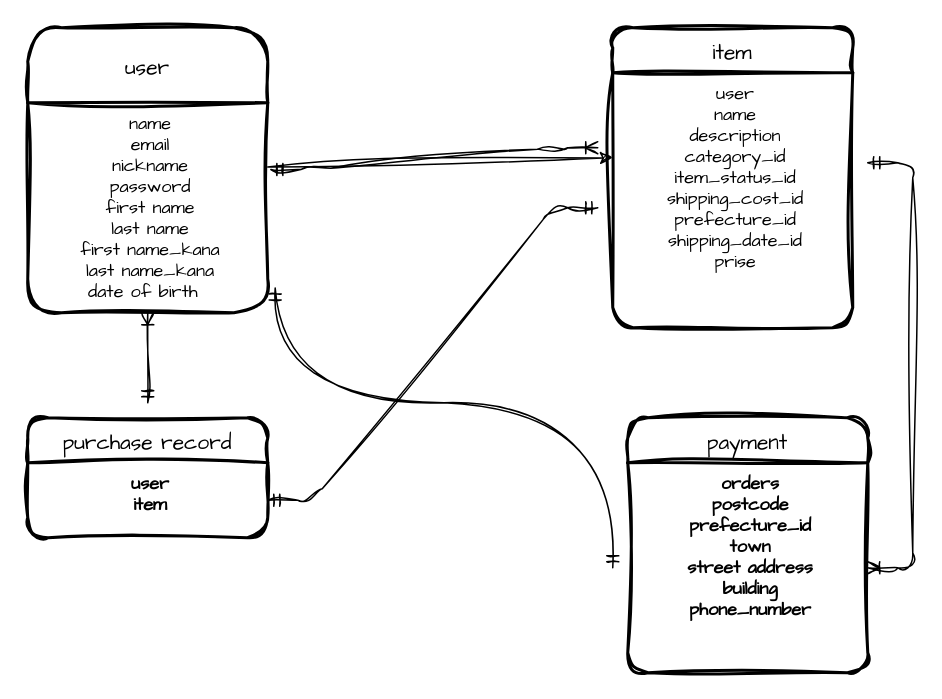
The draw.io diagram .dio in murakamihibiki/furima-39596, before the edit. Source tidied: cells renumbered, new cells numbered last; positions are measured from the earlier drawing's top-left corner, leaving out a move shared by most shapes. Both pictures are drawn from the tidied source at 150%, with x=0, y=0 at pixel (27, 27).
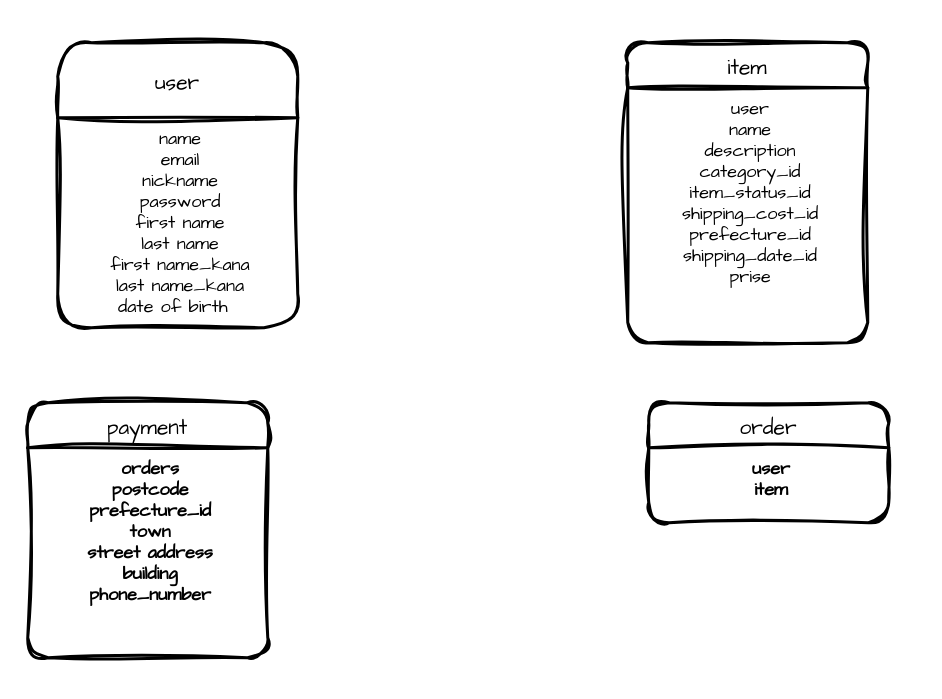
The same diagram, later.

Unchanged cells that the change refers to:
```xml
<mxCell id="4" value="name&#10;email&#10;nickname&#10;password&#10;first name&#10;last name&#10;first name_kana&#10;last name_kana&#10;date of birth  &#10;" style="align=center;strokeColor=none;fillColor=none;spacingLeft=4;fontSize=12;verticalAlign=top;sketch=1;curveFitting=1;jiggle=2;fontFamily=Architects Daughter;" parent="3" vertex="1">
  <mxGeometry y="50" width="160" height="140" as="geometry" />
</mxCell>
<mxCell id="6" value="user&#10;name&#10;description&#10;category_id&#10;item_status_id&#10;shipping_cost_id&#10;prefecture_id&#10;shipping_date_id&#10;prise" style="align=center;strokeColor=none;fillColor=none;spacingLeft=4;fontSize=12;verticalAlign=top;fontStyle=0;sketch=1;curveFitting=1;jiggle=2;fontFamily=Architects Daughter;" parent="5" vertex="1">
  <mxGeometry y="30" width="160" height="170" as="geometry" />
</mxCell>
<mxCell id="8" value="user&#10;item&#10;" style="align=center;strokeColor=none;fillColor=none;spacingLeft=4;fontSize=12;verticalAlign=top;sketch=1;hachureGap=4;jiggle=2;curveFitting=1;fontFamily=Architects Daughter;fontStyle=1;" parent="7" vertex="1">
  <mxGeometry y="30" width="160" height="50" as="geometry" />
</mxCell>
<mxCell id="10" value="orders&#10;postcode&#10;prefecture_id&#10;town&#10;street address&#10;building&#10;phone_number&#10;" style="align=center;strokeColor=none;fillColor=none;spacingLeft=4;fontSize=12;verticalAlign=top;sketch=1;hachureGap=4;jiggle=2;curveFitting=1;fontFamily=Architects Daughter;fontStyle=1;" parent="9" vertex="1">
  <mxGeometry y="30" width="160" height="140" as="geometry" />
</mxCell>
```

The edit, as a diff of the source:
```diff
@@
-    <mxCell id="2" style="edgeStyle=none;sketch=1;hachureGap=4;jiggle=2;curveFitting=1;html=1;entryX=0;entryY=0.333;entryDx=0;entryDy=0;entryPerimeter=0;fontFamily=Architects Daughter;fontSize=16;" parent="1" edge="1" source="3" target="6">
-      <mxGeometry relative="1" as="geometry" />
-    </mxCell>
     <mxCell id="3" value="user" style="swimlane;horizontal=1;startSize=50;rounded=1;fontSize=14;fontStyle=0;strokeWidth=2;shadow=0;dashed=0;align=center;sketch=1;curveFitting=1;jiggle=2;fontFamily=Architects Daughter;" parent="1" vertex="1">
-      <mxGeometry width="160" height="190" as="geometry" />
+      <mxGeometry x="20" y="10" width="160" height="190" as="geometry" />
     </mxCell>
@@
     <mxCell id="5" value="item" style="swimlane;horizontal=1;startSize=30;rounded=1;fontSize=14;fontStyle=0;strokeWidth=2;shadow=0;dashed=0;align=center;sketch=1;curveFitting=1;jiggle=2;fontFamily=Architects Daughter;" parent="1" vertex="1">
-      <mxGeometry x="390" width="160" height="200" as="geometry" />
+      <mxGeometry x="400" y="10" width="160" height="200" as="geometry" />
     </mxCell>
@@
-    <mxCell id="7" value="purchase record" style="swimlane;horizontal=1;startSize=30;rounded=1;fontSize=14;fontStyle=0;strokeWidth=2;shadow=0;dashed=0;align=center;sketch=1;hachureGap=4;jiggle=2;curveFitting=1;fontFamily=Architects Daughter;" parent="1" vertex="1">
-      <mxGeometry y="260" width="160" height="80" as="geometry" />
+    <mxCell id="7" value="order" style="swimlane;horizontal=1;startSize=30;rounded=1;fontSize=14;fontStyle=0;strokeWidth=2;shadow=0;dashed=0;align=center;sketch=1;hachureGap=4;jiggle=2;curveFitting=1;fontFamily=Architects Daughter;" parent="1" vertex="1">
+      <mxGeometry x="414" y="250" width="160" height="80" as="geometry" />
     </mxCell>
@@
     <mxCell id="9" value="payment" style="swimlane;horizontal=1;startSize=30;rounded=1;fontSize=14;fontStyle=0;strokeWidth=2;shadow=0;dashed=0;align=center;sketch=1;hachureGap=4;jiggle=2;curveFitting=1;fontFamily=Architects Daughter;" parent="1" vertex="1">
-      <mxGeometry x="400" y="260" width="160" height="170" as="geometry" />
+      <mxGeometry y="250" width="160" height="170" as="geometry" />
     </mxCell>
@@
-    <mxCell id="11" style="edgeStyle=entityRelationEdgeStyle;fontSize=12;html=1;endArrow=ERoneToMany;startArrow=ERmandOne;sketch=1;hachureGap=4;jiggle=2;curveFitting=1;fontFamily=Helvetica;exitX=1.013;exitY=0.318;exitDx=0;exitDy=0;exitPerimeter=0;" parent="1" edge="1" source="4">
-      <mxGeometry relative="1" as="geometry">
-        <mxPoint x="380" y="80" as="targetPoint" />
-      </mxGeometry>
-    </mxCell>
-    <mxCell id="12" style="edgeStyle=entityRelationEdgeStyle;fontSize=12;html=1;endArrow=ERoneToMany;startArrow=ERmandOne;sketch=1;hachureGap=4;jiggle=2;curveFitting=1;fontFamily=Helvetica;entryX=1;entryY=0.5;entryDx=0;entryDy=0;" parent="1" edge="1" target="10">
-      <mxGeometry relative="1" as="geometry">
-        <mxPoint x="560" y="90" as="sourcePoint" />
-      </mxGeometry>
-    </mxCell>
-    <mxCell id="13" style="fontSize=12;html=1;endArrow=ERoneToMany;startArrow=ERmandOne;sketch=1;hachureGap=4;jiggle=2;curveFitting=1;fontFamily=Helvetica;entryX=0.5;entryY=1;entryDx=0;entryDy=0;" parent="1" edge="1" target="4">
-      <mxGeometry relative="1" as="geometry">
-        <mxPoint x="80" y="250" as="sourcePoint" />
-      </mxGeometry>
-    </mxCell>
-    <mxCell id="14" style="edgeStyle=entityRelationEdgeStyle;fontSize=12;html=1;endArrow=ERmandOne;startArrow=ERmandOne;sketch=1;hachureGap=4;jiggle=2;curveFitting=1;fontFamily=Helvetica;exitX=1;exitY=0.5;exitDx=0;exitDy=0;" parent="1" edge="1" source="8">
-      <mxGeometry relative="1" as="geometry">
-        <mxPoint x="380" y="120" as="targetPoint" />
-      </mxGeometry>
-    </mxCell>
-    <mxCell id="15" style="edgeStyle=orthogonalEdgeStyle;fontSize=12;html=1;endArrow=ERmandOne;startArrow=ERmandOne;sketch=1;hachureGap=4;jiggle=2;curveFitting=1;fontFamily=Helvetica;curved=1;exitX=1.031;exitY=0.882;exitDx=0;exitDy=0;exitPerimeter=0;" parent="1" edge="1" source="4">
-      <mxGeometry relative="1" as="geometry">
-        <mxPoint x="390" y="360" as="targetPoint" />
-        <Array as="points">
-          <mxPoint x="165" y="250" />
-          <mxPoint x="390" y="250" />
-        </Array>
-      </mxGeometry>
-    </mxCell>
```
